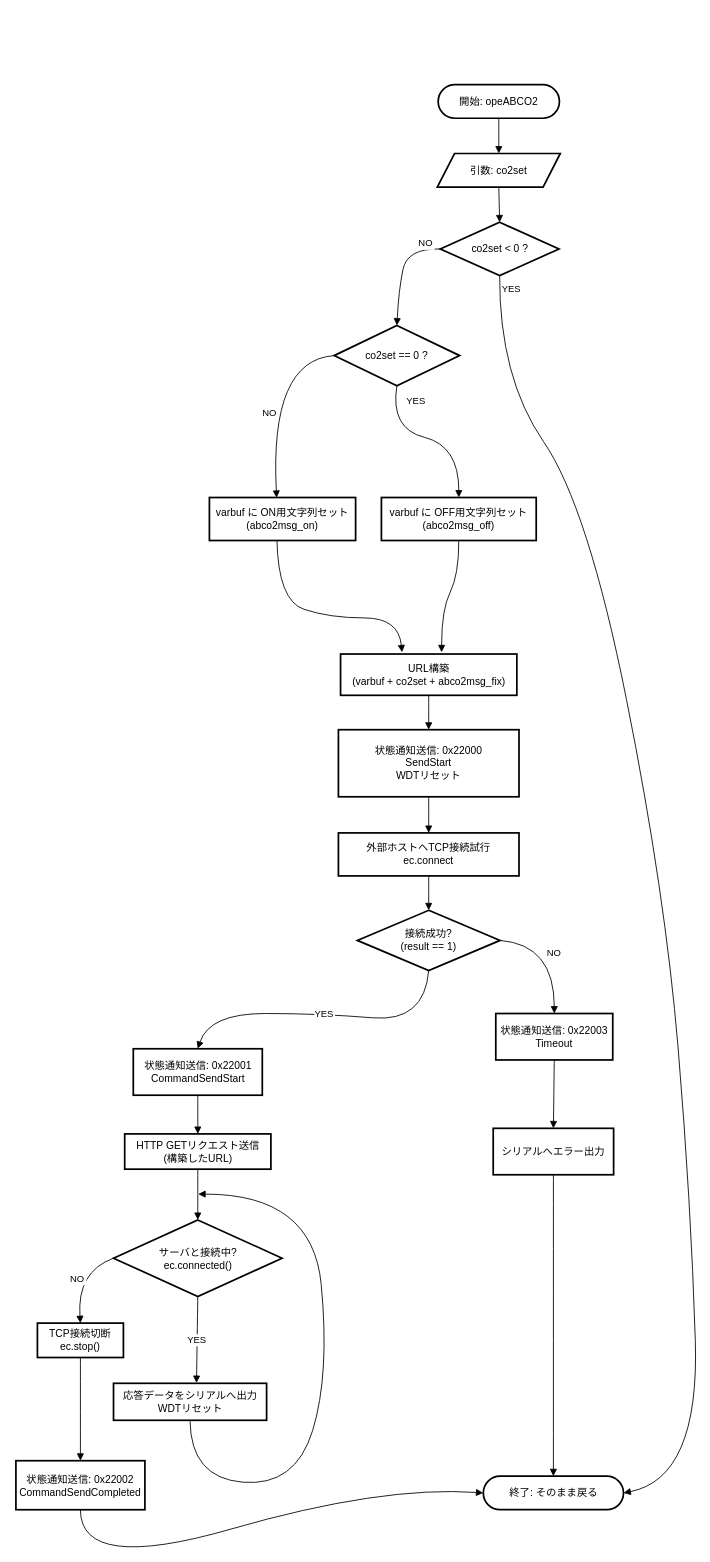
The draw.io diagram DOCS/FlowChart/opeABCO2.drawio in mhorimoto/M304-lowcode, before the edit. Source tidied: cells renumbered, new cells numbered last; positions are measured from the earlier drawing's top-left corner, leaving out a move shared by most shapes. Both pictures are drawn from the tidied source at 86%, with x=0, y=0 at pixel (15, 84).
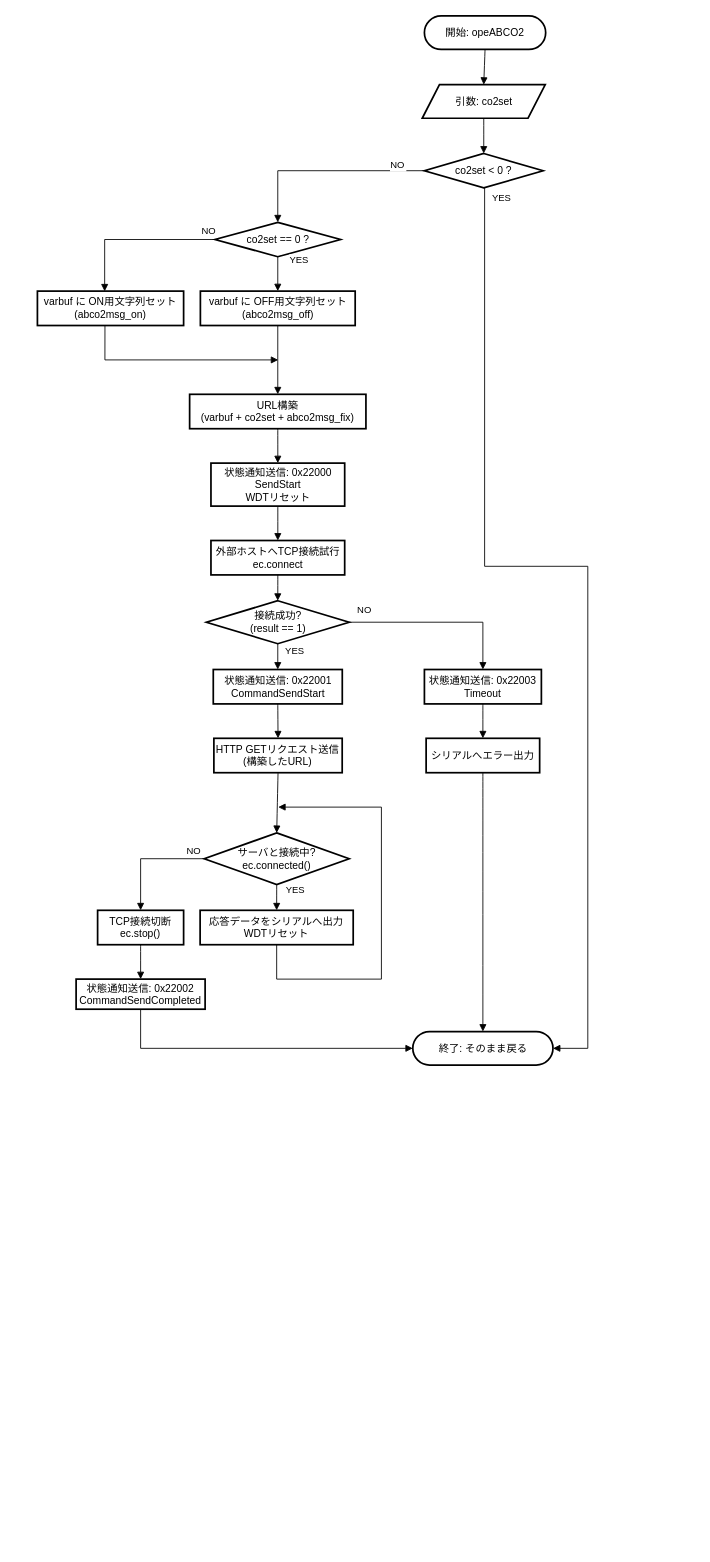
The same diagram, later.

What changed in the source:
```diff
@@
     <mxCell id="2" value="開始: opeABCO2" style="rounded=1;whiteSpace=wrap;arcSize=50;strokeWidth=2;" parent="1" vertex="1">
-      <mxGeometry x="491" width="141" height="39" as="geometry" />
+      <mxGeometry x="475" y="-80" width="141" height="39" as="geometry" />
     </mxCell>
     <mxCell id="3" value="引数: co2set" style="shape=parallelogram;perimeter=parallelogramPerimeter;fixedSize=1;strokeWidth=2;whiteSpace=wrap;" parent="1" vertex="1">
-      <mxGeometry x="490" y="80" width="143" height="39" as="geometry" />
+      <mxGeometry x="472.5" width="143" height="39" as="geometry" />
     </mxCell>
     <mxCell id="4" value="co2set &lt; 0 ?" style="rhombus;strokeWidth=2;whiteSpace=wrap;" parent="1" vertex="1">
-      <mxGeometry x="493.5" y="160" width="138" height="62" as="geometry" />
+      <mxGeometry x="475" y="80" width="138" height="40" as="geometry" />
     </mxCell>
     <mxCell id="5" value="終了: そのまま戻る" style="rounded=1;whiteSpace=wrap;arcSize=50;strokeWidth=2;" parent="1" vertex="1">
-      <mxGeometry x="543.5" y="1618" width="163" height="39" as="geometry" />
+      <mxGeometry x="461.5" y="1101" width="163" height="39" as="geometry" />
     </mxCell>
     <mxCell id="6" value="co2set == 0 ?" style="rhombus;strokeWidth=2;whiteSpace=wrap;" parent="1" vertex="1">
-      <mxGeometry x="370" y="280" width="146" height="70" as="geometry" />
+      <mxGeometry x="231.5" y="160" width="146" height="40" as="geometry" />
     </mxCell>
     <mxCell id="7" value="varbuf に OFF用文字列セット&#10;(abco2msg_off)" style="whiteSpace=wrap;strokeWidth=2;" parent="1" vertex="1">
-      <mxGeometry x="425" y="480" width="180" height="50" as="geometry" />
+      <mxGeometry x="214.5" y="240" width="180" height="40" as="geometry" />
     </mxCell>
     <mxCell id="8" value="varbuf に ON用文字列セット&#10;(abco2msg_on)" style="whiteSpace=wrap;strokeWidth=2;" parent="1" vertex="1">
-      <mxGeometry x="225" y="480" width="170" height="50" as="geometry" />
+      <mxGeometry x="25" y="240" width="170" height="40" as="geometry" />
     </mxCell>
     <mxCell id="9" value="URL構築&#10;(varbuf + co2set + abco2msg_fix)" style="whiteSpace=wrap;strokeWidth=2;" parent="1" vertex="1">
-      <mxGeometry x="377.5" y="662" width="205" height="48" as="geometry" />
+      <mxGeometry x="202" y="360" width="205" height="40" as="geometry" />
     </mxCell>
     <mxCell id="10" value="状態通知送信: 0x22000&#10;SendStart&#10;WDTリセット" style="whiteSpace=wrap;strokeWidth=2;" parent="1" vertex="1">
-      <mxGeometry x="375" y="750" width="210" height="78" as="geometry" />
+      <mxGeometry x="226.8" y="440" width="155.5" height="50" as="geometry" />
     </mxCell>
     <mxCell id="11" value="外部ホストへTCP接続試行&#10;ec.connect" style="whiteSpace=wrap;strokeWidth=2;" parent="1" vertex="1">
-      <mxGeometry x="375" y="870" width="210" height="50" as="geometry" />
+      <mxGeometry x="226.8" y="530" width="155.5" height="40" as="geometry" />
     </mxCell>
     <mxCell id="12" value="接続成功?&#10;(result == 1)" style="rhombus;strokeWidth=2;whiteSpace=wrap;" parent="1" vertex="1">
-      <mxGeometry x="397" y="960" width="166" height="70" as="geometry" />
+      <mxGeometry x="221.5" y="600" width="166" height="50" as="geometry" />
     </mxCell>
     <mxCell id="13" value="状態通知送信: 0x22003&#10;Timeout" style="whiteSpace=wrap;strokeWidth=2;" parent="1" vertex="1">
-      <mxGeometry x="558" y="1080" width="136" height="54" as="geometry" />
+      <mxGeometry x="475" y="680" width="136" height="40" as="geometry" />
     </mxCell>
     <mxCell id="14" value="シリアルへエラー出力" style="whiteSpace=wrap;strokeWidth=2;" parent="1" vertex="1">
-      <mxGeometry x="555" y="1213.5" width="140" height="54" as="geometry" />
+      <mxGeometry x="477" y="760" width="132" height="40" as="geometry" />
     </mxCell>
     <mxCell id="15" value="状態通知送信: 0x22001&#10;CommandSendStart" style="whiteSpace=wrap;strokeWidth=2;" parent="1" vertex="1">
-      <mxGeometry x="136.5" y="1121" width="150" height="54" as="geometry" />
+      <mxGeometry x="229.5" y="680" width="150" height="40" as="geometry" />
     </mxCell>
     <mxCell id="16" value="HTTP GETリクエスト送信&#10;(構築したURL)" style="whiteSpace=wrap;strokeWidth=2;" parent="1" vertex="1">
-      <mxGeometry x="126.5" y="1220" width="170" height="41" as="geometry" />
+      <mxGeometry x="230.2" y="760" width="149.2" height="40" as="geometry" />
     </mxCell>
     <mxCell id="17" value="サーバと接続中?&#10;ec.connected()" style="rhombus;strokeWidth=2;whiteSpace=wrap;" parent="1" vertex="1">
-      <mxGeometry x="113.5" y="1320" width="196" height="89" as="geometry" />
+      <mxGeometry x="219" y="870" width="168.5" height="60" as="geometry" />
     </mxCell>
     <mxCell id="18" value="応答データをシリアルへ出力&#10;WDTリセット" style="whiteSpace=wrap;strokeWidth=2;" parent="1" vertex="1">
-      <mxGeometry x="113.5" y="1510" width="178" height="43" as="geometry" />
+      <mxGeometry x="214.2" y="960" width="178" height="40" as="geometry" />
     </mxCell>
     <mxCell id="19" value="TCP接続切断&#10;ec.stop()" style="whiteSpace=wrap;strokeWidth=2;" parent="1" vertex="1">
-      <mxGeometry x="25" y="1440" width="100" height="40" as="geometry" />
+      <mxGeometry x="95" y="960" width="100" height="40" as="geometry" />
     </mxCell>
     <mxCell id="20" value="状態通知送信: 0x22002&#10;CommandSendCompleted" style="whiteSpace=wrap;strokeWidth=2;" parent="1" vertex="1">
-      <mxGeometry y="1600" width="150" height="57" as="geometry" />
+      <mxGeometry x="70" y="1040" width="150" height="35" as="geometry" />
     </mxCell>
@@
-    <mxCell id="23" value="YES" style="curved=1;startArrow=none;endArrow=block;exitX=0.5;exitY=1;entryX=1;entryY=0.5;rounded=0;entryDx=0;entryDy=0;exitDx=0;exitDy=0;" parent="1" edge="1" source="4" target="5">
-      <mxGeometry x="-0.98" y="14" relative="1" as="geometry">
+    <mxCell id="23" value="YES" style="startArrow=none;endArrow=block;exitX=0.5;exitY=1;entryX=1;entryY=0.5;rounded=0;entryDx=0;entryDy=0;exitDx=0;exitDy=0;edgeStyle=orthogonalEdgeStyle;" parent="1" edge="1" source="4" target="5">
+      <mxGeometry x="-0.98" y="20" relative="1" as="geometry">
         <Array as="points">
-          <mxPoint x="562" y="340" />
-          <mxPoint x="665" y="490" />
-          <mxPoint x="755" y="940" />
-          <mxPoint x="785" y="1300" />
-          <mxPoint x="795" y="1620" />
+          <mxPoint x="545" y="120" />
+          <mxPoint x="545" y="560" />
+          <mxPoint x="665" y="560" />
+          <mxPoint x="665" y="1121" />
+          <mxPoint x="625" y="1121" />
         </Array>
       </mxGeometry>
     </mxCell>
-    <mxCell id="24" value="NO" style="curved=1;startArrow=none;endArrow=block;exitX=0;exitY=0.5;entryX=0.5;entryY=0;rounded=0;exitDx=0;exitDy=0;" parent="1" edge="1" source="4" target="6">
-      <mxGeometry x="-0.73" y="-7" relative="1" as="geometry">
-        <Array as="points">
-          <mxPoint x="455" y="190" />
-          <mxPoint x="445" y="240" />
-        </Array>
-      </mxGeometry>
+    <mxCell id="24" value="NO" style="startArrow=none;endArrow=block;exitX=0;exitY=0.5;entryX=0.5;entryY=0;rounded=0;exitDx=0;exitDy=0;edgeStyle=orthogonalEdgeStyle;" parent="1" edge="1" source="4" target="6">
+      <mxGeometry x="-0.73" y="-7" relative="1" as="geometry" />
     </mxCell>
-    <mxCell id="25" value="YES" style="curved=1;startArrow=none;endArrow=block;entryX=0.5;entryY=0;rounded=0;exitX=0.5;exitY=1;exitDx=0;exitDy=0;" parent="1" edge="1" source="6" target="7">
-      <mxGeometry x="-0.86" y="25" relative="1" as="geometry">
-        <Array as="points">
-          <mxPoint x="435" y="400" />
-          <mxPoint x="515" y="420" />
-        </Array>
-      </mxGeometry>
+    <mxCell id="25" value="YES" style="startArrow=none;endArrow=block;entryX=0.5;entryY=0;rounded=0;exitX=0.5;exitY=1;exitDx=0;exitDy=0;" parent="1" edge="1" source="6" target="7">
+      <mxGeometry x="-0.86" y="25" relative="1" as="geometry" />
     </mxCell>
-    <mxCell id="26" value="NO" style="curved=1;startArrow=none;endArrow=block;exitX=0;exitY=0.5;rounded=0;entryX=0.46;entryY=0.007;entryDx=0;entryDy=0;entryPerimeter=0;exitDx=0;exitDy=0;" parent="1" edge="1" source="6" target="8">
-      <mxGeometry x="0.15" y="-3" relative="1" as="geometry">
-        <Array as="points">
-          <mxPoint x="295" y="320" />
-        </Array>
+    <mxCell id="26" value="NO" style="startArrow=none;endArrow=block;exitX=0;exitY=0.5;rounded=0;entryX=0.46;entryY=0.007;entryDx=0;entryDy=0;entryPerimeter=0;exitDx=0;exitDy=0;edgeStyle=orthogonalEdgeStyle;" parent="1" edge="1" source="6" target="8">
+      <mxGeometry x="-0.92" y="-10" relative="1" as="geometry">
+        <mxPoint x="1" as="offset" />
       </mxGeometry>
     </mxCell>
-    <mxCell id="27" style="curved=1;startArrow=none;endArrow=block;exitX=0.5;exitY=1;rounded=0;" parent="1" edge="1" source="7">
-      <mxGeometry relative="1" as="geometry">
-        <mxPoint x="495" y="660" as="targetPoint" />
-        <Array as="points">
-          <mxPoint x="515" y="570" />
-          <mxPoint x="495" y="610" />
-        </Array>
-      </mxGeometry>
+    <mxCell id="27" style="startArrow=none;endArrow=block;exitX=0.5;exitY=1;rounded=0;entryX=0.5;entryY=0;entryDx=0;entryDy=0;" parent="1" edge="1" source="7" target="9">
+      <mxGeometry relative="1" as="geometry" />
     </mxCell>
-    <mxCell id="28" style="curved=1;startArrow=none;endArrow=block;exitX=0.462;exitY=0.99;rounded=0;exitDx=0;exitDy=0;exitPerimeter=0;" parent="1" edge="1" source="8">
+    <mxCell id="28" style="startArrow=none;endArrow=block;exitX=0.462;exitY=0.99;rounded=0;exitDx=0;exitDy=0;exitPerimeter=0;edgeStyle=orthogonalEdgeStyle;" parent="1" edge="1" source="8">
       <mxGeometry relative="1" as="geometry">
-        <mxPoint x="449" y="660" as="targetPoint" />
+        <mxPoint x="305" y="320" as="targetPoint" />
         <Array as="points">
-          <mxPoint x="305" y="600" />
-          <mxPoint x="365" y="620" />
-          <mxPoint x="445" y="620" />
+          <mxPoint x="104" y="320" />
+          <mxPoint x="305" y="320" />
         </Array>
       </mxGeometry>
     </mxCell>
@@
-    <mxCell id="32" value="NO" style="curved=1;startArrow=none;endArrow=block;exitX=1;exitY=0.5;entryX=0.5;entryY=0;rounded=0;exitDx=0;exitDy=0;" parent="1" edge="1" source="12" target="13">
-      <mxGeometry relative="1" as="geometry">
-        <Array as="points">
-          <mxPoint x="626" y="1000" />
-        </Array>
-      </mxGeometry>
+    <mxCell id="32" value="NO" style="startArrow=none;endArrow=block;exitX=1;exitY=0.5;entryX=0.5;entryY=0;rounded=0;exitDx=0;exitDy=0;edgeStyle=orthogonalEdgeStyle;" parent="1" edge="1" source="12" target="13">
+      <mxGeometry x="-0.83" y="15" relative="1" as="geometry" />
     </mxCell>
-    <mxCell id="33" style="curved=1;startArrow=none;endArrow=block;exitX=0.5;exitY=1;entryX=0.5;entryY=0;rounded=0;" parent="1" edge="1" source="13" target="14">
+    <mxCell id="33" style="curved=1;startArrow=none;endArrow=block;exitX=0.5;exitY=1;entryX=0.5;entryY=0;rounded=0;exitDx=0;exitDy=0;" parent="1" edge="1" source="13" target="14">
       <mxGeometry relative="1" as="geometry" />
     </mxCell>
@@
-    <mxCell id="35" value="YES" style="curved=1;startArrow=none;endArrow=block;exitX=0.5;exitY=1;entryX=0.5;entryY=0.01;rounded=0;exitDx=0;exitDy=0;" parent="1" edge="1" source="12" target="15">
-      <mxGeometry relative="1" as="geometry">
-        <Array as="points">
-          <mxPoint x="475" y="1090" />
-          <mxPoint x="355" y="1080" />
-          <mxPoint x="225" y="1080" />
-        </Array>
-      </mxGeometry>
+    <mxCell id="35" value="YES" style="startArrow=none;endArrow=block;exitX=0.5;exitY=1;entryX=0.5;entryY=0.01;rounded=0;exitDx=0;exitDy=0;" parent="1" edge="1" source="12" target="15">
+      <mxGeometry x="-0.5" y="20" relative="1" as="geometry" />
     </mxCell>
@@
-    <mxCell id="38" value="YES" style="curved=1;startArrow=none;endArrow=block;exitX=0.5;exitY=1;entryX=0.542;entryY=-0.01;rounded=0;entryDx=0;entryDy=0;entryPerimeter=0;exitDx=0;exitDy=0;" parent="1" edge="1" source="17" target="18">
-      <mxGeometry relative="1" as="geometry" />
+    <mxCell id="38" value="YES" style="curved=1;startArrow=none;endArrow=block;exitX=0.5;exitY=1;entryX=0.5;entryY=0;rounded=0;entryDx=0;entryDy=0;exitDx=0;exitDy=0;" parent="1" edge="1" source="17" target="18">
+      <mxGeometry x="-0.6" y="22" relative="1" as="geometry" />
     </mxCell>
-    <mxCell id="39" style="curved=1;startArrow=none;endArrow=block;exitX=0.5;exitY=1;rounded=0;exitDx=0;exitDy=0;" parent="1" edge="1" source="18">
+    <mxCell id="39" style="startArrow=none;endArrow=block;exitX=0.5;exitY=1;rounded=0;exitDx=0;exitDy=0;edgeStyle=orthogonalEdgeStyle;" parent="1" edge="1" source="18">
       <mxGeometry relative="1" as="geometry">
-        <mxPoint x="212" y="1290" as="targetPoint" />
+        <mxPoint x="305" y="840" as="targetPoint" />
         <Array as="points">
-          <mxPoint x="203" y="1620" />
-          <mxPoint x="325" y="1630" />
-          <mxPoint x="365" y="1500" />
-          <mxPoint x="345" y="1290" />
+          <mxPoint x="303" y="1040" />
+          <mxPoint x="425" y="1040" />
+          <mxPoint x="425" y="840" />
         </Array>
       </mxGeometry>
     </mxCell>
-    <mxCell id="40" value="NO" style="curved=1;startArrow=none;endArrow=block;exitX=0;exitY=0.5;entryX=0.5;entryY=0;rounded=0;exitDx=0;exitDy=0;" parent="1" edge="1" source="17" target="19">
-      <mxGeometry relative="1" as="geometry">
-        <Array as="points">
-          <mxPoint x="71" y="1380" />
-        </Array>
-      </mxGeometry>
+    <mxCell id="40" value="NO" style="startArrow=none;endArrow=block;exitX=0;exitY=0.5;rounded=0;exitDx=0;exitDy=0;edgeStyle=orthogonalEdgeStyle;entryX=0.5;entryY=0;entryDx=0;entryDy=0;" parent="1" edge="1" source="17" target="19">
+      <mxGeometry x="-0.82" y="-10" relative="1" as="geometry" />
     </mxCell>
@@
-    <mxCell id="42" style="curved=1;startArrow=none;endArrow=block;exitX=0.5;exitY=1;entryX=0;entryY=0.5;rounded=0;entryDx=0;entryDy=0;" parent="1" edge="1" source="20" target="5">
-      <mxGeometry relative="1" as="geometry">
-        <Array as="points">
-          <mxPoint x="75" y="1730" />
-          <mxPoint x="425" y="1629" />
-        </Array>
-      </mxGeometry>
+    <mxCell id="42" style="startArrow=none;endArrow=block;exitX=0.5;exitY=1;entryX=0;entryY=0.5;rounded=0;entryDx=0;entryDy=0;edgeStyle=orthogonalEdgeStyle;" parent="1" edge="1" source="20" target="5">
+      <mxGeometry relative="1" as="geometry" />
     </mxCell>
+    <mxCell id="43" style="edgeStyle=orthogonalEdgeStyle;rounded=0;orthogonalLoop=1;jettySize=auto;html=1;exitX=0.5;exitY=1;exitDx=0;exitDy=0;" parent="1" edge="1" source="6" target="6">
+      <mxGeometry relative="1" as="geometry" />
+    </mxCell>
```
